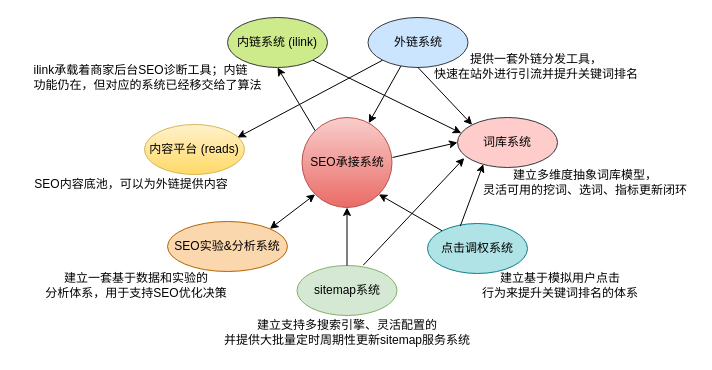
This is SEO技术体系-树结构图.drawio from kdoclg/git_study, a draw.io file, before an edit. Source tidied: cells renumbered, new cells numbered last; positions are measured from the earlier drawing's top-left corner, leaving out a move shared by most shapes. Both pictures are drawn from the tidied source at 100%, with x=0, y=0 at pixel (17, 17).
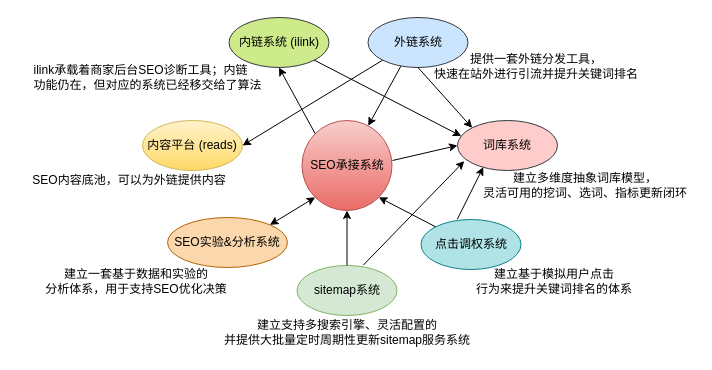
After the change.

Commit message (it also covers changes not shown here):
更新SEO技术体系-树结构图.drawio

Unchanged cells that the change refers to:
```xml
<mxCell id="7" value="外链系统" style="ellipse;whiteSpace=wrap;html=1;fillColor=#cce5ff;strokeColor=#36393d;fontStyle=0;" parent="1" vertex="1">
  <mxGeometry x="350.5" width="100" height="50" as="geometry" />
</mxCell>
```

The edit, as a diff of the source:
```diff
@@
     <mxCell id="2" value="SEO承接系统" style="ellipse;whiteSpace=wrap;html=1;fillColor=#f8cecc;gradientColor=#ea6b66;strokeColor=#b85450;fontStyle=0;" parent="1" vertex="1">
-      <mxGeometry x="284.5" y="100" width="90" height="90" as="geometry" />
+      <mxGeometry x="284.5" y="103" width="90" height="90" as="geometry" />
     </mxCell>
     <mxCell id="3" value="词库系统" style="ellipse;whiteSpace=wrap;html=1;fillColor=#ffcccc;strokeColor=#36393d;fontStyle=0;" parent="1" vertex="1">
-      <mxGeometry x="440" y="100" width="100" height="50" as="geometry" />
+      <mxGeometry x="440" y="103" width="100" height="50" as="geometry" />
     </mxCell>
@@
     <mxCell id="5" value="内链系统 (ilink)" style="ellipse;whiteSpace=wrap;html=1;fillColor=#cdeb8b;strokeColor=#36393d;fontStyle=0;" parent="1" vertex="1">
-      <mxGeometry x="210" width="100" height="50" as="geometry" />
+      <mxGeometry x="211.5" width="100" height="50" as="geometry" />
     </mxCell>
     <mxCell id="6" value="SEO实验&amp;amp;分析系统" style="ellipse;whiteSpace=wrap;html=1;fillColor=#fad7ac;strokeColor=#b46504;fontStyle=0;" parent="1" vertex="1">
-      <mxGeometry x="150" y="204" width="120" height="50" as="geometry" />
+      <mxGeometry x="150" y="200" width="120" height="50" as="geometry" />
     </mxCell>
@@
     <mxCell id="8" value="点击调权系统" style="ellipse;whiteSpace=wrap;html=1;fillColor=#b0e3e6;strokeColor=#0e8088;fontStyle=0;" parent="1" vertex="1">
-      <mxGeometry x="410" y="206" width="100" height="50" as="geometry" />
+      <mxGeometry x="403.5" y="202" width="100" height="50" as="geometry" />
     </mxCell>
     <mxCell id="9" value="内容平台 (reads)" style="ellipse;whiteSpace=wrap;html=1;fillColor=#fff2cc;strokeColor=#d6b656;gradientColor=#ffd966;fontStyle=0;" parent="1" vertex="1">
-      <mxGeometry x="127" y="107" width="100" height="50" as="geometry" />
+      <mxGeometry x="125" y="103" width="100" height="50" as="geometry" />
     </mxCell>
     <mxCell id="10" value="&lt;span style=&quot;text-align: right; background-color: initial; font-size: 12px;&quot;&gt;建立多维度抽象词库模型，&lt;/span&gt;&lt;br style=&quot;font-size: 12px;&quot;&gt;&lt;p style=&quot;line-height: 120%; margin-top: 0pt; margin-bottom: 0pt; text-align: right; direction: ltr; unicode-bidi: embed; word-break: normal; font-size: 12px;&quot;&gt;&lt;span style=&quot;font-size: 12px; background-color: initial;&quot;&gt;灵活可用的挖词、选词、指标更新闭环&lt;/span&gt;&lt;/p&gt;" style="text;html=1;strokeColor=none;fillColor=none;align=center;verticalAlign=middle;whiteSpace=wrap;rounded=0;fontSize=12;" parent="1" vertex="1">
-      <mxGeometry x="457.5" y="145" width="220" height="40" as="geometry" />
+      <mxGeometry x="457.5" y="148" width="220" height="40" as="geometry" />
     </mxCell>
@@
     <mxCell id="14" value="&lt;span style=&quot;font-family: 微软雅黑; background-color: initial; font-size: 12px;&quot;&gt;建立基于模拟用户点击&lt;br style=&quot;font-size: 12px;&quot;&gt;行为来提升关键词排名的体系&lt;/span&gt;" style="text;html=1;strokeColor=none;fillColor=none;align=center;verticalAlign=middle;whiteSpace=wrap;rounded=0;fontSize=12;" parent="1" vertex="1">
-      <mxGeometry x="458" y="248" width="170" height="40" as="geometry" />
+      <mxGeometry x="451.5" y="244" width="170" height="40" as="geometry" />
     </mxCell>
     <mxCell id="15" value="&lt;div style=&quot;font-size: 12px;&quot;&gt;&lt;font face=&quot;微软雅黑&quot; style=&quot;font-size: 12px;&quot;&gt;建立一套基于数据和实验的&lt;/font&gt;&lt;/div&gt;&lt;div style=&quot;font-size: 12px;&quot;&gt;&lt;font face=&quot;微软雅黑&quot; style=&quot;font-size: 12px;&quot;&gt;分析体系，用于支持SEO优化决策&lt;/font&gt;&lt;/div&gt;" style="text;html=1;strokeColor=none;fillColor=none;align=center;verticalAlign=middle;whiteSpace=wrap;rounded=0;fontSize=12;" parent="1" vertex="1">
-      <mxGeometry x="24.5" y="248" width="187.5" height="40" as="geometry" />
+      <mxGeometry x="24.5" y="244" width="187.5" height="40" as="geometry" />
     </mxCell>
@@
     <mxCell id="17" style="endArrow=classic;html=1;rounded=0;entryX=0;entryY=0.5;entryDx=0;entryDy=0;exitX=0.738;exitY=0.053;exitDx=0;exitDy=0;exitPerimeter=0;" parent="1" edge="1" target="3">
       <mxGeometry relative="1" as="geometry">
-        <mxPoint x="375" y="140" as="sourcePoint" />
+        <mxPoint x="375" y="143" as="sourcePoint" />
       </mxGeometry>
     </mxCell>
@@
-    <mxCell id="20" style="endArrow=classic;html=1;rounded=0;entryX=0.258;entryY=0.932;entryDx=0;entryDy=0;exitX=0.328;exitY=0.052;exitDx=0;exitDy=0;entryPerimeter=0;exitPerimeter=0;" parent="1" edge="1" source="8" target="3">
+    <mxCell id="20" style="endArrow=classic;html=1;rounded=0;entryX=0.258;entryY=0.932;entryDx=0;entryDy=0;exitX=0.364;exitY=-0.008;exitDx=0;exitDy=0;entryPerimeter=0;exitPerimeter=0;" parent="1" edge="1" source="8" target="3">
       <mxGeometry relative="1" as="geometry" />
     </mxCell>
@@
-    <mxCell id="23" style="endArrow=classic;html=1;rounded=0;exitX=0;exitY=1;exitDx=0;exitDy=0;" parent="1" edge="1" source="7">
-      <mxGeometry relative="1" as="geometry">
-        <mxPoint x="220" y="120" as="targetPoint" />
-      </mxGeometry>
+    <mxCell id="23" style="endArrow=classic;html=1;rounded=0;exitX=0;exitY=1;exitDx=0;exitDy=0;entryX=1;entryY=0.5;entryDx=0;entryDy=0;" parent="1" edge="1" source="7" target="9">
+      <mxGeometry relative="1" as="geometry" />
     </mxCell>
@@
     <mxCell id="27" value="&lt;span style=&quot;text-align: left; background-color: initial; font-size: 12px;&quot;&gt;SEO内容底池，可以为外链提供内容&lt;/span&gt;" style="text;html=1;strokeColor=none;fillColor=none;align=center;verticalAlign=middle;whiteSpace=wrap;rounded=0;fontSize=12;" parent="1" vertex="1">
-      <mxGeometry x="13.5" y="154" width="200" height="26" as="geometry" />
+      <mxGeometry x="11.5" y="150" width="200" height="26" as="geometry" />
     </mxCell>
```
